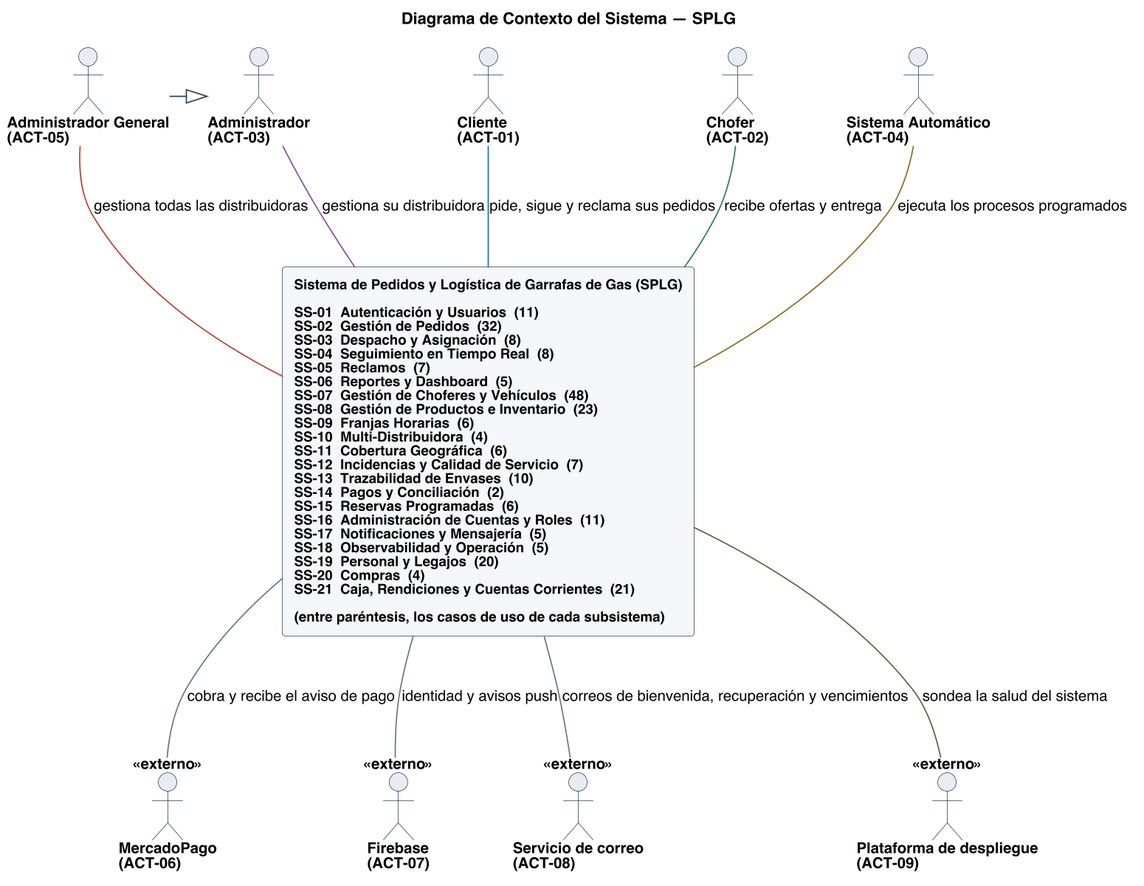
Before: diagramas/uml/CU_Sistema_Diagrama-De-Contexto.png, a diagram exported from PlantUML (Nahuelito-Dev/splg-docs).
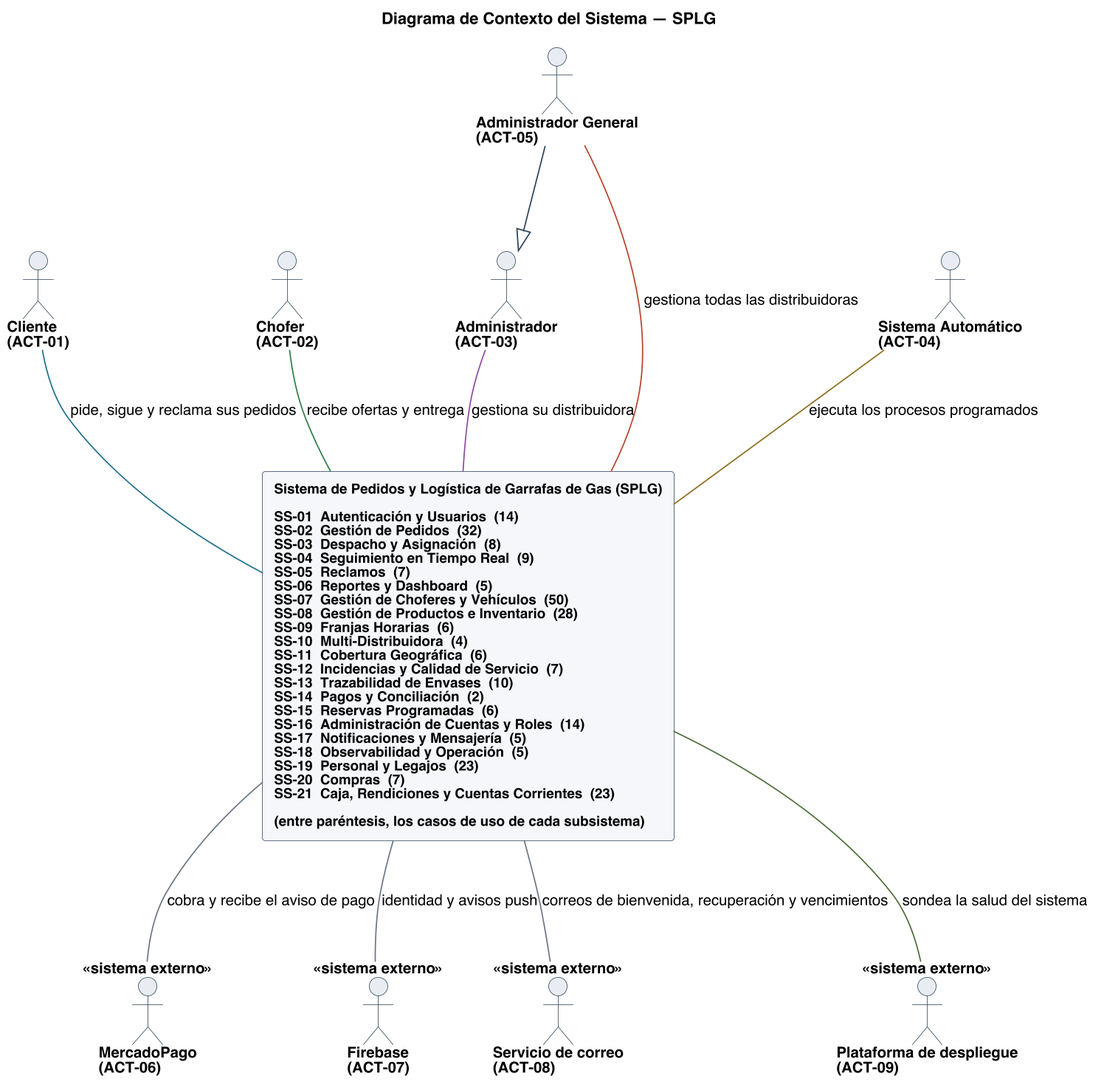
The same diagram one commit later.

The edit, as a diff of the source:
```diff
@@ -36,12 +36,12 @@
 actor "Administrador\n(ACT-03)" as A03
 actor "Administrador General\n(ACT-05)" as A05
 actor "Sistema Automático\n(ACT-04)" as A04
-actor "MercadoPago\n(ACT-06)" as A06 <<externo>>
-actor "Firebase\n(ACT-07)" as A07 <<externo>>
-actor "Servicio de correo\n(ACT-08)" as A08 <<externo>>
-actor "Plataforma de despliegue\n(ACT-09)" as A09 <<externo>>
+actor "MercadoPago\n(ACT-06)" as A06 <<sistema externo>>
+actor "Firebase\n(ACT-07)" as A07 <<sistema externo>>
+actor "Servicio de correo\n(ACT-08)" as A08 <<sistema externo>>
+actor "Plataforma de despliegue\n(ACT-09)" as A09 <<sistema externo>>
 
-rectangle "**Sistema de Pedidos y Logística de Garrafas de Gas (SPLG)**\n\nSS-01  Autenticación y Usuarios  (11)\nSS-02  Gestión de Pedidos  (32)\nSS-03  Despacho y Asignación  (8)\nSS-04  Seguimiento en Tiempo Real  (8)\nSS-05  Reclamos  (7)\nSS-06  Reportes y Dashboard  (5)\nSS-07  Gestión de Choferes y Vehículos  (48)\nSS-08  Gestión de Productos e Inventario  (23)\nSS-09  Franjas Horarias  (6)\nSS-10  Multi-Distribuidora  (4)\nSS-11  Cobertura Geográfica  (6)\nSS-12  Incidencias y Calidad de Servicio  (7)\nSS-13  Trazabilidad de Envases  (10)\nSS-14  Pagos y Conciliación  (2)\nSS-15  Reservas Programadas  (6)\nSS-16  Administración de Cuentas y Roles  (11)\nSS-17  Notificaciones y Mensajería  (5)\nSS-18  Observabilidad y Operación  (5)\nSS-19  Personal y Legajos  (20)\nSS-20  Compras  (4)\nSS-21  Caja, Rendiciones y Cuentas Corrientes  (21)\n\n(entre paréntesis, los casos de uso de cada subsistema)" as LIMITE #back:F4F7FA;line:2C4257
+rectangle "**Sistema de Pedidos y Logística de Garrafas de Gas (SPLG)**\n\nSS-01  Autenticación y Usuarios  (14)\nSS-02  Gestión de Pedidos  (32)\nSS-03  Despacho y Asignación  (8)\nSS-04  Seguimiento en Tiempo Real  (9)\nSS-05  Reclamos  (7)\nSS-06  Reportes y Dashboard  (5)\nSS-07  Gestión de Choferes y Vehículos  (50)\nSS-08  Gestión de Productos e Inventario  (28)\nSS-09  Franjas Horarias  (6)\nSS-10  Multi-Distribuidora  (4)\nSS-11  Cobertura Geográfica  (6)\nSS-12  Incidencias y Calidad de Servicio  (7)\nSS-13  Trazabilidad de Envases  (10)\nSS-14  Pagos y Conciliación  (2)\nSS-15  Reservas Programadas  (6)\nSS-16  Administración de Cuentas y Roles  (14)\nSS-17  Notificaciones y Mensajería  (5)\nSS-18  Observabilidad y Operación  (5)\nSS-19  Personal y Legajos  (23)\nSS-20  Compras  (7)\nSS-21  Caja, Rendiciones y Cuentas Corrientes  (23)\n\n(entre paréntesis, los casos de uso de cada subsistema)" as LIMITE #back:F4F7FA;line:2C4257
 
 A01 -[#1F6F8B]down- LIMITE : pide, sigue y reclama sus pedidos
 A02 -[#2E7D46]down- LIMITE : recibe ofertas y entrega
@@ -54,6 +54,6 @@
 LIMITE -[#6B7683]down- A08 : correos de bienvenida, recuperación y vencimientos
 LIMITE -[#4F6D3A]down- A09 : sondea la salud del sistema
 
-A05 -right-|> A03
+A05 -down-|> A03
 
 @enduml
```
